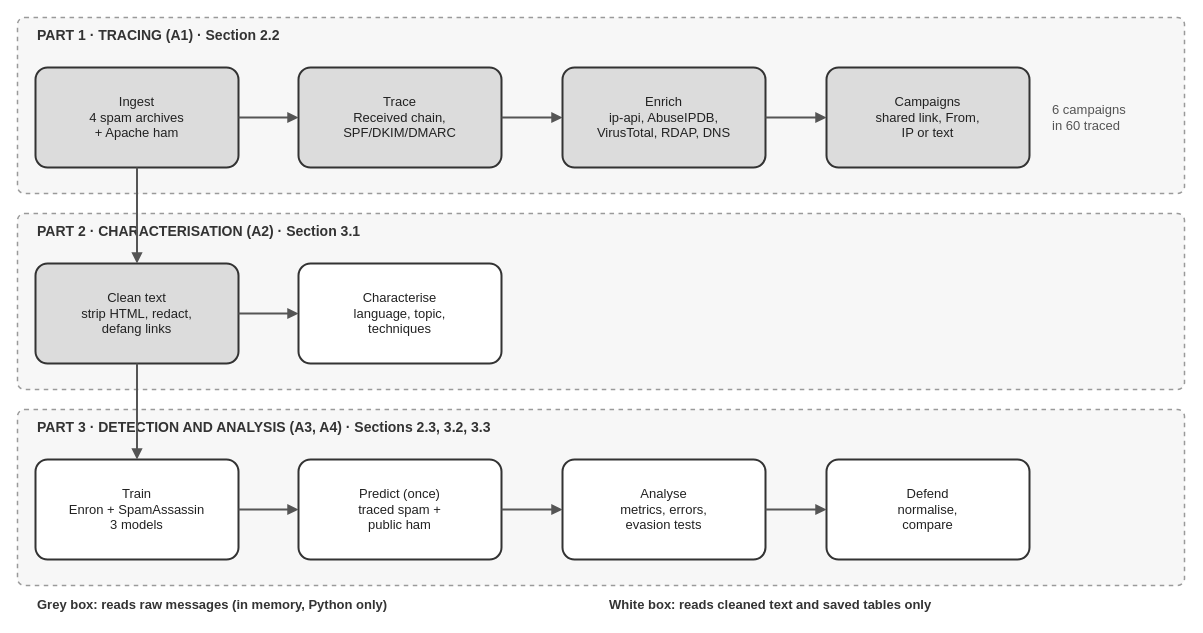
DamianCWQ/spam-tracing-and-detection keeps this draw.io diagram as figures/pipeline.drawio. Above is the earlier version. Source tidied: cells renumbered, new cells numbered last; positions are measured from the earlier drawing's top-left corner, leaving out a move shared by most shapes. Both pictures are drawn from the tidied source at 100%, with x=0, y=0 at pixel (17, 17).
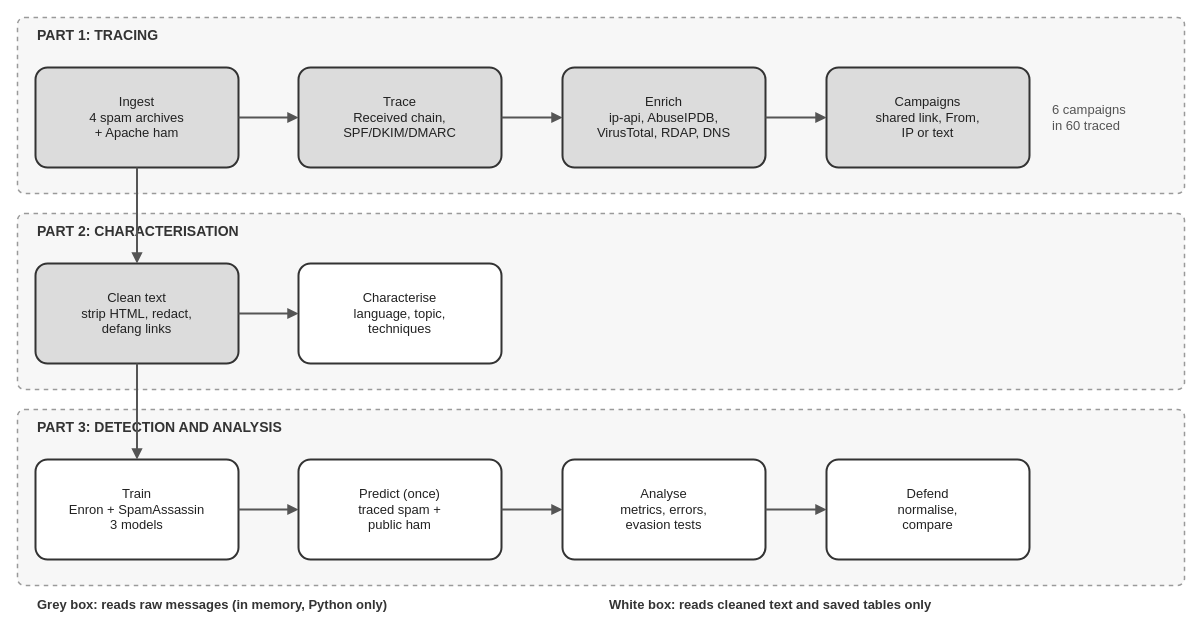
The same page after the edit.

What changed in the source:
```diff
@@
-    <mxCell id="5" value="PART 1 · TRACING (A1) · Section 2.2" style="text;html=1;align=left;verticalAlign=middle;fontStyle=1;fontSize=14;fontColor=#333333;" parent="1" vertex="1">
+    <mxCell id="5" value="PART 1: TRACING" style="text;html=1;align=left;verticalAlign=middle;fontStyle=1;fontSize=14;fontColor=#333333;" parent="1" vertex="1">
       <mxGeometry x="18" y="6" width="600" height="24" as="geometry" />
     </mxCell>
-    <mxCell id="6" value="PART 2 · CHARACTERISATION (A2) · Section 3.1" style="text;html=1;align=left;verticalAlign=middle;fontStyle=1;fontSize=14;fontColor=#333333;" parent="1" vertex="1">
+    <mxCell id="6" value="PART 2: CHARACTERISATION" style="text;html=1;align=left;verticalAlign=middle;fontStyle=1;fontSize=14;fontColor=#333333;" parent="1" vertex="1">
       <mxGeometry x="18" y="202" width="600" height="24" as="geometry" />
     </mxCell>
-    <mxCell id="7" value="PART 3 · DETECTION AND ANALYSIS (A3, A4) · Sections 2.3, 3.2, 3.3" style="text;html=1;align=left;verticalAlign=middle;fontStyle=1;fontSize=14;fontColor=#333333;" parent="1" vertex="1">
+    <mxCell id="7" value="PART 3: DETECTION AND ANALYSIS" style="text;html=1;align=left;verticalAlign=middle;fontStyle=1;fontSize=14;fontColor=#333333;" parent="1" vertex="1">
       <mxGeometry x="18" y="398" width="700" height="24" as="geometry" />
     </mxCell>
```
